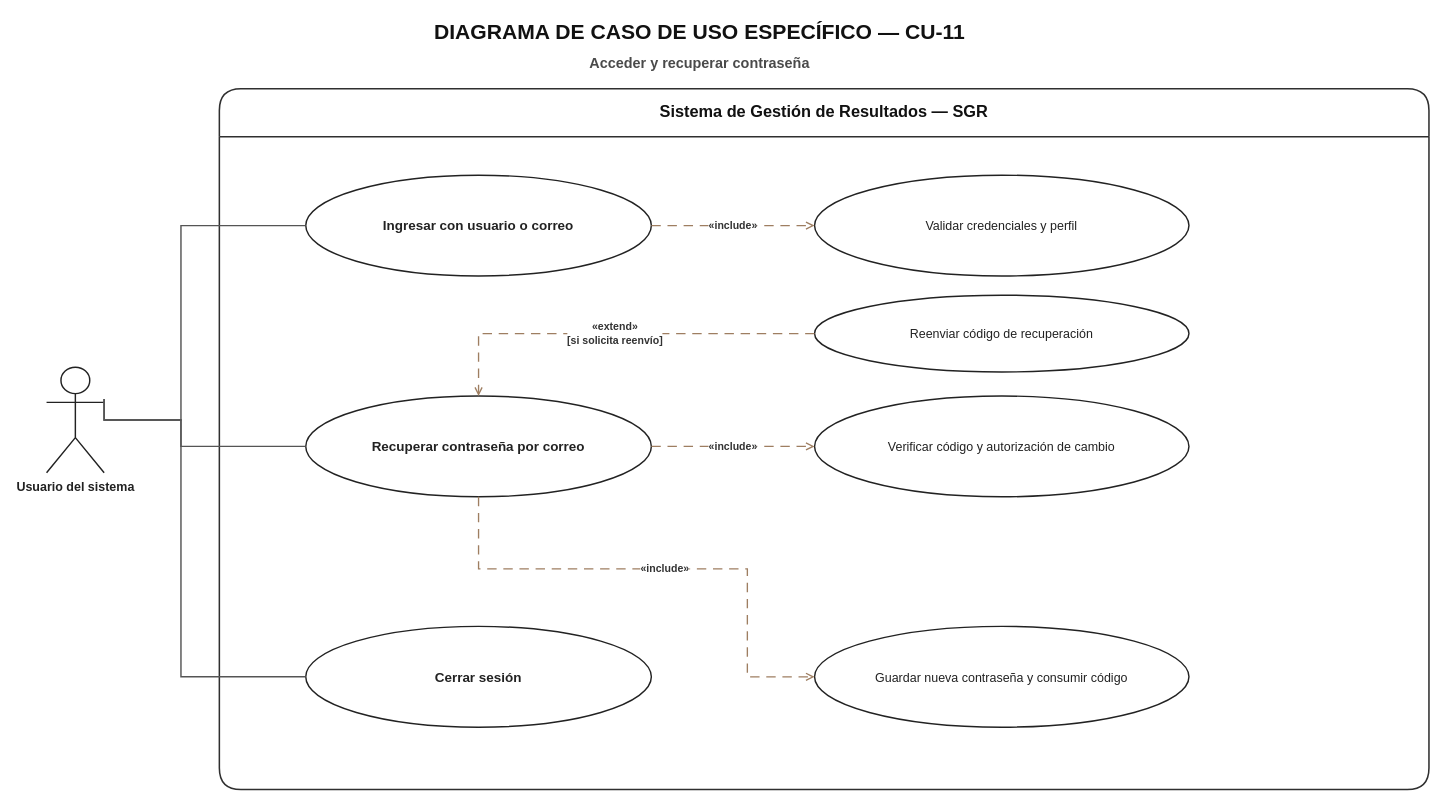
The draw.io diagram docs/uml/02_casos_de_uso/02_especificos/CU11_acceder_y_recuperar_contrasena/Diagrama_Caso_Uso_Especifico_CU11_SGR.drawio in MasterCapehart/sgr-proyecto-integrado, before the edit. Source tidied: cells renumbered, new cells numbered last; positions are measured from the earlier drawing's top-left corner, leaving out a move shared by most shapes. Both pictures are drawn from the tidied source at 96%, with x=0, y=0 at pixel (46, 16).
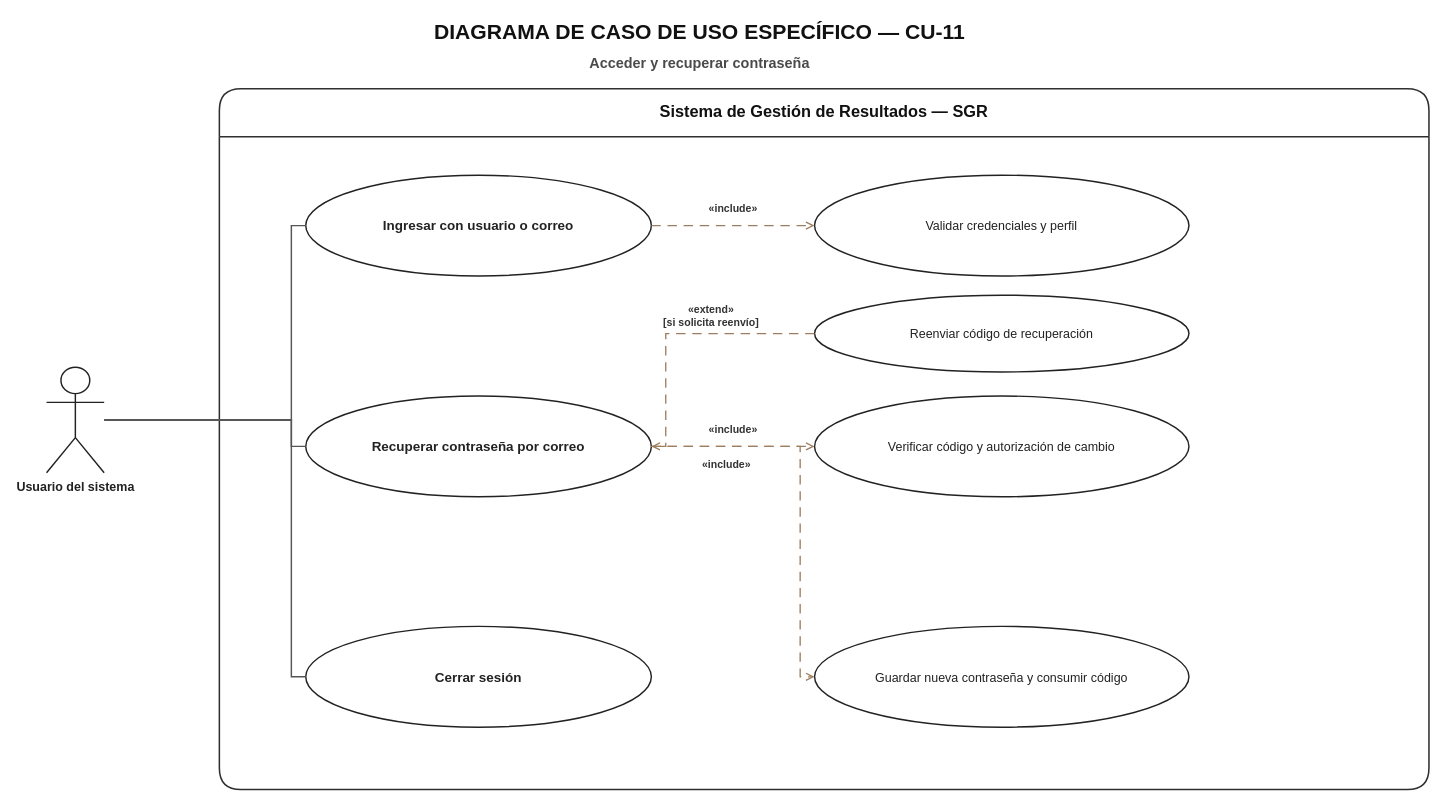
The same diagram, later.

The change refers to these unchanged cells:
```xml
<mxCell id="5" value="Usuario del sistema" style="shape=umlActor;verticalLabelPosition=bottom;verticalAlign=top;html=1;outlineConnect=0;fillColor=#FFFFFF;strokeColor=#222222;fontColor=#222222;fontSize=13;fontStyle=1;strokeWidth=1.5;" parent="1" vertex="1">
  <mxGeometry y="365" width="60" height="110" as="geometry" />
</mxCell>
<mxCell id="6" value="Ingresar con usuario o correo" style="ellipse;whiteSpace=wrap;html=1;fillColor=#FFFFFF;strokeColor=#222222;fontColor=#222222;fontSize=14;strokeWidth=1.5;fontStyle=1;" parent="1" vertex="1">
  <mxGeometry x="270" y="165" width="360" height="105" as="geometry" />
</mxCell>
<mxCell id="7" value="Recuperar contraseña por correo" style="ellipse;whiteSpace=wrap;html=1;fillColor=#FFFFFF;strokeColor=#222222;fontColor=#222222;fontSize=14;strokeWidth=1.5;fontStyle=1;" parent="1" vertex="1">
  <mxGeometry x="270" y="395" width="360" height="105" as="geometry" />
</mxCell>
<mxCell id="8" value="Cerrar sesión" style="ellipse;whiteSpace=wrap;html=1;fillColor=#FFFFFF;strokeColor=#222222;fontColor=#222222;fontSize=14;strokeWidth=1.5;fontStyle=1;" parent="1" vertex="1">
  <mxGeometry x="270" y="635" width="360" height="105" as="geometry" />
</mxCell>
<mxCell id="9" value="Validar credenciales y perfil" style="ellipse;whiteSpace=wrap;html=1;fillColor=#FFFFFF;strokeColor=#222222;fontColor=#222222;fontSize=13;strokeWidth=1.5;" parent="1" vertex="1">
  <mxGeometry x="800" y="165" width="390" height="105" as="geometry" />
</mxCell>
<mxCell id="10" value="Verificar código y autorización de cambio" style="ellipse;whiteSpace=wrap;html=1;fillColor=#FFFFFF;strokeColor=#222222;fontColor=#222222;fontSize=13;strokeWidth=1.5;" parent="1" vertex="1">
  <mxGeometry x="800" y="395" width="390" height="105" as="geometry" />
</mxCell>
<mxCell id="11" value="Guardar nueva contraseña y consumir código" style="ellipse;whiteSpace=wrap;html=1;fillColor=#FFFFFF;strokeColor=#222222;fontColor=#222222;fontSize=13;strokeWidth=1.5;" parent="1" vertex="1">
  <mxGeometry x="800" y="635" width="390" height="105" as="geometry" />
</mxCell>
<mxCell id="17" value="Reenviar código de recuperación" style="ellipse;whiteSpace=wrap;html=1;fillColor=#FFFFFF;strokeColor=#222222;fontColor=#222222;fontSize=13;strokeWidth=1.5;" parent="1" vertex="1">
  <mxGeometry x="800" y="290" width="390" height="80" as="geometry" />
</mxCell>
```

Diff of the diagram source:
```diff
@@
-    <mxCell id="12" style="edgeStyle=orthogonalEdgeStyle;jettySize=auto;endArrow=none;startArrow=none;html=1;rounded=0;strokeColor=#555555;strokeWidth=1.5;exitX=1;exitY=0.3;entryX=0;entryY=0.5;" parent="1" edge="1" source="5" target="6">
+    <mxCell id="12" style="jettySize=auto;endArrow=none;startArrow=none;html=1;strokeColor=#555555;strokeWidth=1.5;jumpSize=8;edgeStyle=none;noEdgeStyle=1;rounded=0;exitX=1;exitY=0.5;entryX=0;entryY=0.5;exitPerimeter=0;entryPerimeter=0;jumpStyle=arc;jumpSize=8;" parent="1" edge="1" source="5" target="6">
       <mxGeometry relative="1" as="geometry">
         <Array as="points">
-          <mxPoint x="140" y="420" />
-          <mxPoint x="140" y="217" />
+          <mxPoint x="255" y="420" />
+          <mxPoint x="255" y="217.5" />
         </Array>
       </mxGeometry>
     </mxCell>
-    <mxCell id="13" style="edgeStyle=orthogonalEdgeStyle;jettySize=auto;endArrow=none;startArrow=none;html=1;rounded=0;strokeColor=#555555;strokeWidth=1.5;exitX=1;exitY=0.3;entryX=0;entryY=0.5;" parent="1" edge="1" source="5" target="7">
+    <mxCell id="13" style="jettySize=auto;endArrow=none;startArrow=none;html=1;strokeColor=#555555;strokeWidth=1.5;jumpSize=8;edgeStyle=none;noEdgeStyle=1;rounded=0;exitX=1;exitY=0.5;entryX=0;entryY=0.5;exitPerimeter=0;entryPerimeter=0;jumpStyle=arc;jumpSize=8;" parent="1" edge="1" source="5" target="7">
       <mxGeometry relative="1" as="geometry">
         <Array as="points">
-          <mxPoint x="140" y="420" />
-          <mxPoint x="140" y="447" />
+          <mxPoint x="255" y="420" />
+          <mxPoint x="255" y="447.5" />
         </Array>
       </mxGeometry>
     </mxCell>
-    <mxCell id="14" style="edgeStyle=orthogonalEdgeStyle;jettySize=auto;endArrow=none;startArrow=none;html=1;rounded=0;strokeColor=#555555;strokeWidth=1.5;exitX=1;exitY=0.3;entryX=0;entryY=0.5;" parent="1" edge="1" source="5" target="8">
+    <mxCell id="14" style="jettySize=auto;endArrow=none;startArrow=none;html=1;strokeColor=#555555;strokeWidth=1.5;jumpSize=8;edgeStyle=none;noEdgeStyle=1;rounded=0;exitX=1;exitY=0.5;entryX=0;entryY=0.5;exitPerimeter=0;entryPerimeter=0;jumpStyle=arc;jumpSize=8;" parent="1" edge="1" source="5" target="8">
       <mxGeometry relative="1" as="geometry">
         <Array as="points">
-          <mxPoint x="140" y="420" />
-          <mxPoint x="140" y="687" />
+          <mxPoint x="255" y="420" />
+          <mxPoint x="255" y="687.5" />
         </Array>
       </mxGeometry>
     </mxCell>
-    <mxCell id="15" value="«include»" style="edgeStyle=orthogonalEdgeStyle;jettySize=auto;endArrow=open;endFill=0;startArrow=none;html=1;rounded=0;dashed=1;dashPattern=7 5;strokeColor=#9E7E61;strokeWidth=1.4;fontSize=11;fontStyle=1;labelBackgroundColor=#FFFFFF;exitX=1;exitY=0.5;entryX=0;entryY=0.5;fontColor=#333333;" parent="1" edge="1" source="6" target="9">
-      <mxGeometry relative="1" as="geometry" />
+    <mxCell id="15" value="«include»" style="jettySize=auto;endArrow=open;endFill=0;startArrow=none;html=1;dashed=1;dashPattern=7 5;strokeColor=#9E7E61;strokeWidth=1.4;fontSize=11;fontStyle=1;labelBackgroundColor=#FFFFFF;fontColor=#333333;jumpSize=8;edgeStyle=none;noEdgeStyle=1;rounded=0;exitX=1;exitY=0.5;entryX=0;entryY=0.5;exitPerimeter=0;entryPerimeter=0;jumpStyle=arc;jumpSize=8;" parent="1" edge="1" source="6" target="9">
+      <mxGeometry relative="1" as="geometry">
+        <mxPoint y="-18" as="offset" />
+      </mxGeometry>
     </mxCell>
-    <mxCell id="16" value="«include»" style="edgeStyle=orthogonalEdgeStyle;jettySize=auto;endArrow=open;endFill=0;startArrow=none;html=1;rounded=0;dashed=1;dashPattern=7 5;strokeColor=#9E7E61;strokeWidth=1.4;fontSize=11;fontStyle=1;labelBackgroundColor=#FFFFFF;exitX=1;exitY=0.5;entryX=0;entryY=0.5;fontColor=#333333;" parent="1" edge="1" source="7" target="10">
-      <mxGeometry relative="1" as="geometry" />
+    <mxCell id="16" value="«include»" style="jettySize=auto;endArrow=open;endFill=0;startArrow=none;html=1;dashed=1;dashPattern=7 5;strokeColor=#9E7E61;strokeWidth=1.4;fontSize=11;fontStyle=1;labelBackgroundColor=#FFFFFF;fontColor=#333333;jumpSize=8;edgeStyle=none;noEdgeStyle=1;rounded=0;exitX=1;exitY=0.5;entryX=0;entryY=0.5;exitPerimeter=0;entryPerimeter=0;jumpStyle=arc;jumpSize=8;" parent="1" edge="1" source="7" target="10">
+      <mxGeometry relative="1" as="geometry">
+        <mxPoint y="-18" as="offset" />
+      </mxGeometry>
     </mxCell>
@@
-    <mxCell id="18" value="«extend»&lt;br&gt;[si solicita reenvío]" style="edgeStyle=orthogonalEdgeStyle;jettySize=auto;endArrow=open;endFill=0;startArrow=none;html=1;rounded=0;dashed=1;dashPattern=7 5;strokeColor=#9E7E61;strokeWidth=1.4;fontSize=11;fontStyle=1;labelBackgroundColor=#FFFFFF;exitX=0;exitY=0.5;entryX=0.5;entryY=0;fontColor=#333333;" parent="1" edge="1" source="17" target="7">
-      <mxGeometry relative="1" as="geometry">
+    <mxCell id="18" value="«extend»&lt;br&gt;[si solicita reenvío]" style="jettySize=auto;endArrow=open;endFill=0;startArrow=none;html=1;dashed=1;dashPattern=7 5;strokeColor=#9E7E61;strokeWidth=1.4;fontSize=11;fontStyle=1;labelBackgroundColor=#FFFFFF;fontColor=#333333;jumpSize=8;edgeStyle=none;noEdgeStyle=1;rounded=0;exitX=0;exitY=0.5;entryX=1;entryY=0.5;exitPerimeter=0;entryPerimeter=0;jumpStyle=arc;jumpSize=8;" parent="1" edge="1" source="17" target="7">
+      <mxGeometry x="-0.25" relative="1" as="geometry">
         <Array as="points">
-          <mxPoint x="630" y="330" />
-          <mxPoint x="450" y="330" />
+          <mxPoint x="645" y="330" />
+          <mxPoint x="645" y="447.5" />
         </Array>
+        <mxPoint y="-18" as="offset" />
       </mxGeometry>
     </mxCell>
-    <mxCell id="19" value="«include»" style="edgeStyle=orthogonalEdgeStyle;jettySize=auto;endArrow=open;endFill=0;startArrow=none;html=1;rounded=0;dashed=1;dashPattern=7 5;strokeColor=#9E7E61;strokeWidth=1.4;fontSize=11;fontStyle=1;labelBackgroundColor=#FFFFFF;exitX=1;exitY=0.5;entryX=0;entryY=0.5;fontColor=#333333;exitX=0.5;exitY=1;entryX=0;entryY=0.5;" parent="1" edge="1" source="7" target="11">
-      <mxGeometry relative="1" as="geometry">
+    <mxCell id="19" value="«include»" style="jettySize=auto;endArrow=open;endFill=0;startArrow=none;html=1;dashed=1;dashPattern=7 5;strokeColor=#9E7E61;strokeWidth=1.4;fontSize=11;fontStyle=1;labelBackgroundColor=#FFFFFF;fontColor=#333333;jumpSize=8;edgeStyle=none;noEdgeStyle=1;rounded=0;exitX=1;exitY=0.5;entryX=0;entryY=0.5;exitPerimeter=0;entryPerimeter=0;jumpStyle=arc;jumpSize=8;" parent="1" edge="1" source="7" target="11">
+      <mxGeometry x="-0.62" relative="1" as="geometry">
         <Array as="points">
-          <mxPoint x="450" y="575" />
-          <mxPoint x="730" y="575" />
-          <mxPoint x="730" y="687" />
+          <mxPoint x="785" y="447.5" />
+          <mxPoint x="785" y="687.5" />
         </Array>
+        <mxPoint y="18" as="offset" />
       </mxGeometry>
     </mxCell>
```
